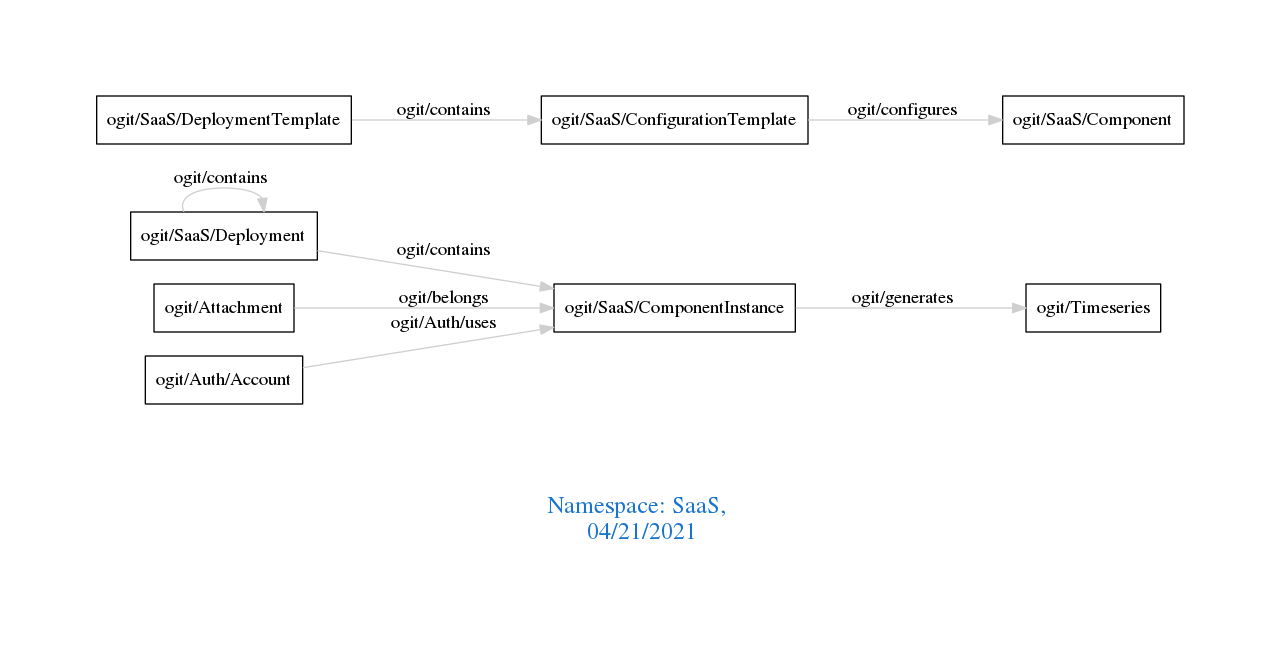
This is downloads/SaaS.png from arago/OGIT, a Graphviz export, as it was before one commit. Its source is kept beside it as downloads/SaaS.dot.
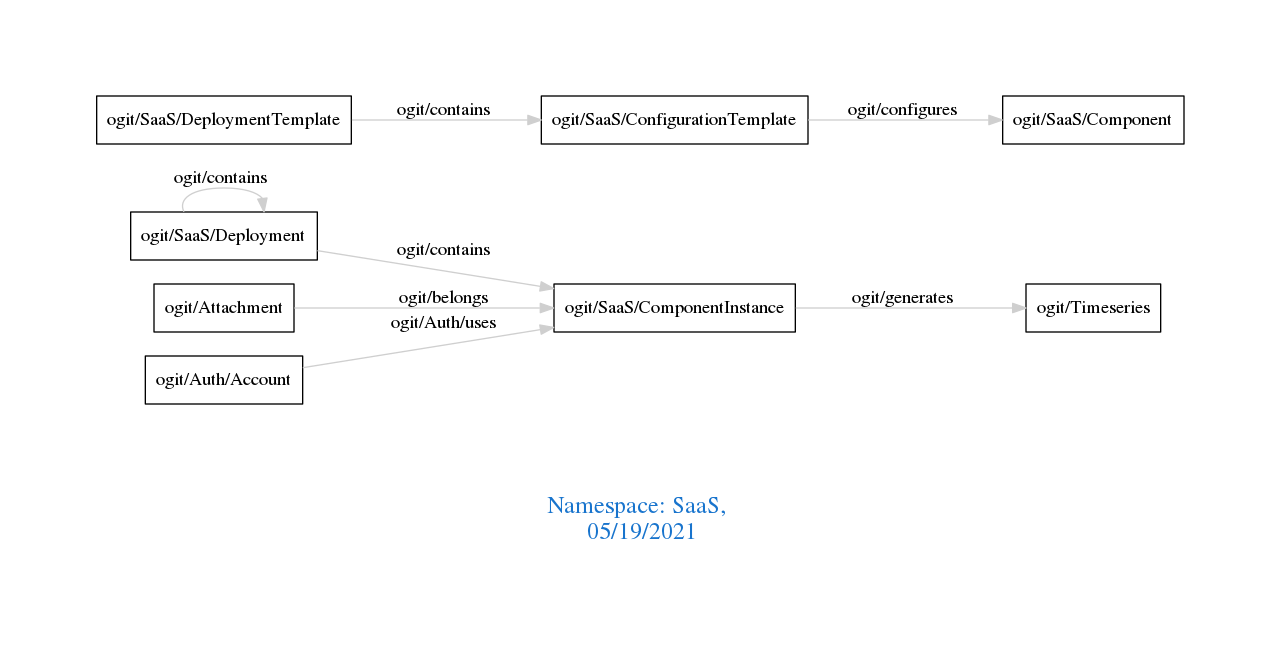
The same diagram one commit later.

Diff of the diagram source:
```diff
@@ -1,7 +1,7 @@
 digraph OGIT_ontology {
  graph [ rankdir= LR,pad=1
 fontsize = 18,
-fontcolor= dodgerblue3,label = "\n\n\nNamespace: SaaS, \n 04/21/2021"];
+fontcolor= dodgerblue3,label = "\n\n\nNamespace: SaaS, \n 05/19/2021"];
 node[shape=polygon];
 edge [  color="gray81"];
 
```
